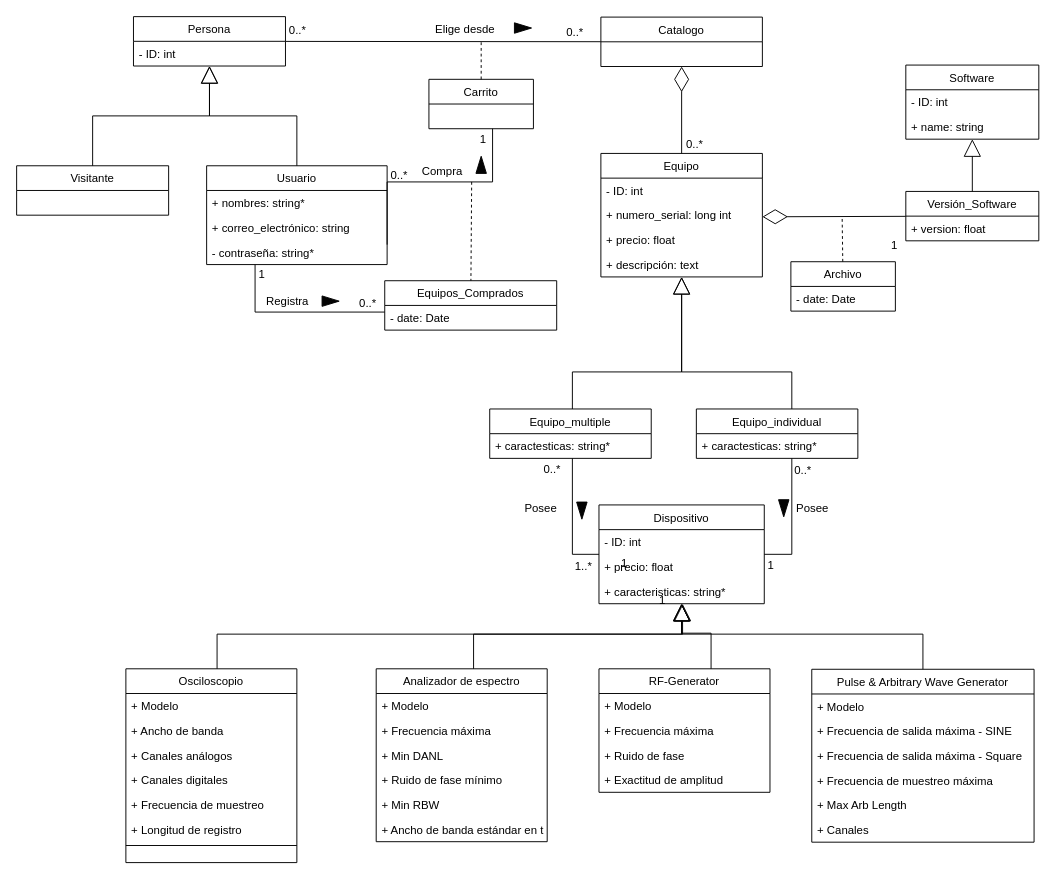
Before: ModeloDeDatos.drawio in pierreLucas40/INF236, a draw.io diagram. Source tidied: cells renumbered, new cells numbered last; positions are measured from the earlier drawing's top-left corner, leaving out a move shared by most shapes. Both pictures are drawn from the tidied source at 95%, with x=0, y=0 at pixel (16, 16).
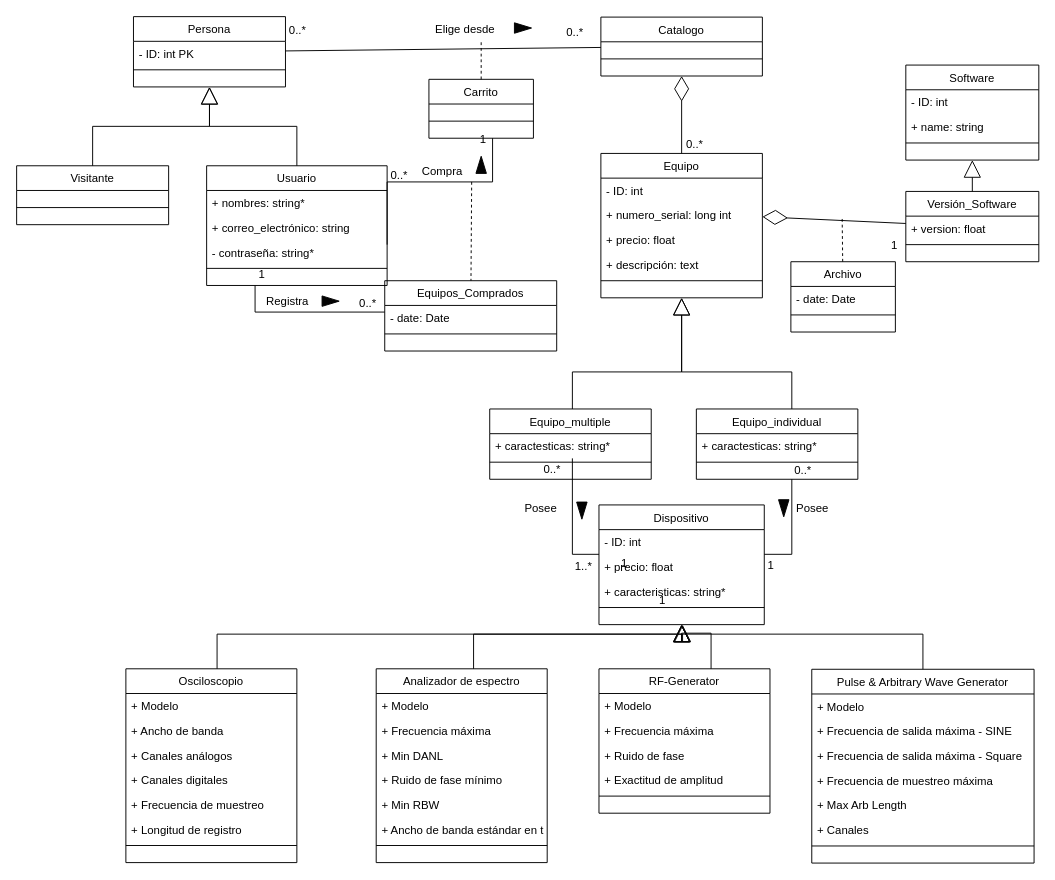
The same diagram, later.

Change to the diagram source:
```diff
@@
     <mxCell id="2" value="Usuario" style="swimlane;fontStyle=0;horizontal=1;startSize=26;fillColor=none;fontSize=12;" parent="1" vertex="1">
-      <mxGeometry x="200" y="157" width="190" height="104" as="geometry" />
+      <mxGeometry x="200" y="157" width="190" height="126" as="geometry" />
     </mxCell>
@@
+    <mxCell id="104" style="line;strokeWidth=1;fillColor=none;align=left;verticalAlign=middle;spacingTop=-1;spacingLeft=3;spacingRight=3;labelPosition=right;" parent="2" vertex="1">
+      <mxGeometry y="104" width="190" height="8" as="geometry" />
+    </mxCell>
+    <mxCell id="105" style="text;strokeColor=none;fillColor=none;align=left;verticalAlign=middle;spacingTop=-1;spacingLeft=4;spacingRight=4;labelPosition=right;" parent="2" vertex="1">
+      <mxGeometry y="112" width="190" height="14" as="geometry" />
+    </mxCell>
     <mxCell id="6" value="Equipo" style="swimlane;fontStyle=0;horizontal=1;startSize=26;fillColor=none;fontSize=12;" parent="1" vertex="1">
-      <mxGeometry x="615" y="144" width="170" height="130" as="geometry" />
+      <mxGeometry x="615" y="144" width="170" height="152" as="geometry" />
     </mxCell>
@@
+    <mxCell id="106" style="line;strokeWidth=1;fillColor=none;align=left;verticalAlign=middle;spacingTop=-1;spacingLeft=3;spacingRight=3;labelPosition=right;" parent="6" vertex="1">
+      <mxGeometry y="130" width="170" height="8" as="geometry" />
+    </mxCell>
+    <mxCell id="107" style="text;strokeColor=none;fillColor=none;align=left;verticalAlign=middle;spacingTop=-1;spacingLeft=4;spacingRight=4;labelPosition=right;" parent="6" vertex="1">
+      <mxGeometry y="138" width="170" height="14" as="geometry" />
+    </mxCell>
     <mxCell id="11" value="Software" style="swimlane;fontStyle=0;horizontal=1;startSize=26;fillColor=none;fontSize=12;" parent="1" vertex="1">
-      <mxGeometry x="936" y="51" width="140" height="78" as="geometry" />
+      <mxGeometry x="936" y="51" width="140" height="100" as="geometry" />
     </mxCell>
@@
+    <mxCell id="108" style="line;strokeWidth=1;fillColor=none;align=left;verticalAlign=middle;spacingTop=-1;spacingLeft=3;spacingRight=3;labelPosition=right;" parent="11" vertex="1">
+      <mxGeometry y="78" width="140" height="8" as="geometry" />
+    </mxCell>
+    <mxCell id="109" style="text;strokeColor=none;fillColor=none;align=left;verticalAlign=middle;spacingTop=-1;spacingLeft=4;spacingRight=4;labelPosition=right;" parent="11" vertex="1">
+      <mxGeometry y="86" width="140" height="14" as="geometry" />
+    </mxCell>
     <mxCell id="14" value="Versión_Software" style="swimlane;fontStyle=0;horizontal=1;startSize=26;fillColor=none;fontSize=12;" parent="1" vertex="1">
-      <mxGeometry x="936" y="184" width="140" height="52" as="geometry" />
+      <mxGeometry x="936" y="184" width="140" height="74" as="geometry" />
     </mxCell>
@@
+    <mxCell id="110" style="line;strokeWidth=1;fillColor=none;align=left;verticalAlign=middle;spacingTop=-1;spacingLeft=3;spacingRight=3;labelPosition=right;" parent="14" vertex="1">
+      <mxGeometry y="52" width="140" height="8" as="geometry" />
+    </mxCell>
+    <mxCell id="111" style="text;strokeColor=none;fillColor=none;align=left;verticalAlign=middle;spacingTop=-1;spacingLeft=4;spacingRight=4;labelPosition=right;" parent="14" vertex="1">
+      <mxGeometry y="60" width="140" height="14" as="geometry" />
+    </mxCell>
@@
     <mxCell id="17" value="Carrito" style="swimlane;fontStyle=0;horizontal=1;startSize=26;fillColor=none;fontSize=12;" parent="1" vertex="1">
-      <mxGeometry x="434" y="66" width="110" height="52" as="geometry" />
+      <mxGeometry x="434" y="66" width="110" height="62" as="geometry" />
     </mxCell>
+    <mxCell id="112" style="text;strokeColor=none;fillColor=none;align=left;verticalAlign=middle;spacingTop=-1;spacingLeft=4;spacingRight=4;labelPosition=right;" parent="17" vertex="1">
+      <mxGeometry y="26" width="110" height="14" as="geometry" />
+    </mxCell>
+    <mxCell id="113" style="line;strokeWidth=1;fillColor=none;align=left;verticalAlign=middle;spacingTop=-1;spacingLeft=3;spacingRight=3;labelPosition=right;" parent="17" vertex="1">
+      <mxGeometry y="40" width="110" height="8" as="geometry" />
+    </mxCell>
+    <mxCell id="114" style="text;strokeColor=none;fillColor=none;align=left;verticalAlign=middle;spacingTop=-1;spacingLeft=4;spacingRight=4;labelPosition=right;" parent="17" vertex="1">
+      <mxGeometry y="48" width="110" height="14" as="geometry" />
+    </mxCell>
     <mxCell id="18" value="Visitante" style="swimlane;fontStyle=0;horizontal=1;startSize=26;fillColor=none;fontSize=12;" parent="1" vertex="1">
-      <mxGeometry y="157" width="160" height="52" as="geometry" />
+      <mxGeometry y="157" width="160" height="62" as="geometry" />
     </mxCell>
+    <mxCell id="115" style="text;strokeColor=none;fillColor=none;align=left;verticalAlign=middle;spacingTop=-1;spacingLeft=4;spacingRight=4;labelPosition=right;" parent="18" vertex="1">
+      <mxGeometry y="26" width="160" height="14" as="geometry" />
+    </mxCell>
+    <mxCell id="116" style="line;strokeWidth=1;fillColor=none;align=left;verticalAlign=middle;spacingTop=-1;spacingLeft=3;spacingRight=3;labelPosition=right;" parent="18" vertex="1">
+      <mxGeometry y="40" width="160" height="8" as="geometry" />
+    </mxCell>
+    <mxCell id="117" style="text;strokeColor=none;fillColor=none;align=left;verticalAlign=middle;spacingTop=-1;spacingLeft=4;spacingRight=4;labelPosition=right;" parent="18" vertex="1">
+      <mxGeometry y="48" width="160" height="14" as="geometry" />
+    </mxCell>
     <mxCell id="19" value="Persona" style="swimlane;fontStyle=0;horizontal=1;startSize=26;fillColor=none;fontSize=12;" parent="1" vertex="1">
-      <mxGeometry x="123" width="160" height="52" as="geometry" />
+      <mxGeometry x="123" width="160" height="74" as="geometry" />
     </mxCell>
-    <mxCell id="20" value="- ID: int" style="text;strokeColor=none;fillColor=none;align=left;verticalAlign=top;spacingLeft=4;spacingRight=4;overflow=hidden;fontSize=12;" parent="19" vertex="1">
+    <mxCell id="20" value="- ID: int PK" style="text;strokeColor=none;fillColor=none;align=left;verticalAlign=top;spacingLeft=4;spacingRight=4;overflow=hidden;fontSize=12;" parent="19" vertex="1">
       <mxGeometry y="26" width="160" height="26" as="geometry" />
     </mxCell>
+    <mxCell id="118" style="line;strokeWidth=1;fillColor=none;align=left;verticalAlign=middle;spacingTop=-1;spacingLeft=3;spacingRight=3;labelPosition=right;" parent="19" vertex="1">
+      <mxGeometry y="52" width="160" height="8" as="geometry" />
+    </mxCell>
+    <mxCell id="119" style="text;strokeColor=none;fillColor=none;align=left;verticalAlign=middle;spacingTop=-1;spacingLeft=4;spacingRight=4;labelPosition=right;" parent="19" vertex="1">
+      <mxGeometry y="60" width="160" height="14" as="geometry" />
+    </mxCell>
@@
     <mxCell id="27" value="Equipos_Comprados" style="swimlane;fontStyle=0;horizontal=1;startSize=26;fillColor=none;fontSize=12;" parent="1" vertex="1">
-      <mxGeometry x="387.5" y="278" width="181" height="52" as="geometry" />
+      <mxGeometry x="387.5" y="278" width="181" height="74" as="geometry" />
     </mxCell>
@@
+    <mxCell id="120" style="line;strokeWidth=1;fillColor=none;align=left;verticalAlign=middle;spacingTop=-1;spacingLeft=3;spacingRight=3;labelPosition=right;" parent="27" vertex="1">
+      <mxGeometry y="52" width="181" height="8" as="geometry" />
+    </mxCell>
+    <mxCell id="121" style="text;strokeColor=none;fillColor=none;align=left;verticalAlign=middle;spacingTop=-1;spacingLeft=4;spacingRight=4;labelPosition=right;" parent="27" vertex="1">
+      <mxGeometry y="60" width="181" height="14" as="geometry" />
+    </mxCell>
@@
     <mxCell id="33" value="Archivo" style="swimlane;fontStyle=0;horizontal=1;startSize=26;fillColor=none;fontSize=12;" parent="1" vertex="1">
-      <mxGeometry x="815" y="258" width="110" height="52" as="geometry" />
+      <mxGeometry x="815" y="258" width="110" height="74" as="geometry" />
     </mxCell>
@@
+    <mxCell id="122" style="line;strokeWidth=1;fillColor=none;align=left;verticalAlign=middle;spacingTop=-1;spacingLeft=3;spacingRight=3;labelPosition=right;" parent="33" vertex="1">
+      <mxGeometry y="52" width="110" height="8" as="geometry" />
+    </mxCell>
+    <mxCell id="123" style="text;strokeColor=none;fillColor=none;align=left;verticalAlign=middle;spacingTop=-1;spacingLeft=4;spacingRight=4;labelPosition=right;" parent="33" vertex="1">
+      <mxGeometry y="60" width="110" height="14" as="geometry" />
+    </mxCell>
     <mxCell id="35" value="Equipo_multiple" style="swimlane;fontStyle=0;horizontal=1;startSize=26;fillColor=none;fontSize=12;" parent="1" vertex="1">
-      <mxGeometry x="498" y="413" width="170" height="52" as="geometry" />
+      <mxGeometry x="498" y="413" width="170" height="74" as="geometry" />
     </mxCell>
@@
+    <mxCell id="124" style="line;strokeWidth=1;fillColor=none;align=left;verticalAlign=middle;spacingTop=-1;spacingLeft=3;spacingRight=3;labelPosition=right;" parent="35" vertex="1">
+      <mxGeometry y="52" width="170" height="8" as="geometry" />
+    </mxCell>
+    <mxCell id="125" style="text;strokeColor=none;fillColor=none;align=left;verticalAlign=middle;spacingTop=-1;spacingLeft=4;spacingRight=4;labelPosition=right;" parent="35" vertex="1">
+      <mxGeometry y="60" width="170" height="14" as="geometry" />
+    </mxCell>
     <mxCell id="37" value="Equipo_individual" style="swimlane;fontStyle=0;horizontal=1;startSize=26;fillColor=none;fontSize=12;" parent="1" vertex="1">
-      <mxGeometry x="715.5" y="413" width="170" height="52" as="geometry" />
+      <mxGeometry x="715.5" y="413" width="170" height="74" as="geometry" />
     </mxCell>
@@
+    <mxCell id="126" style="line;strokeWidth=1;fillColor=none;align=left;verticalAlign=middle;spacingTop=-1;spacingLeft=3;spacingRight=3;labelPosition=right;" parent="37" vertex="1">
+      <mxGeometry y="52" width="170" height="8" as="geometry" />
+    </mxCell>
+    <mxCell id="127" style="text;strokeColor=none;fillColor=none;align=left;verticalAlign=middle;spacingTop=-1;spacingLeft=4;spacingRight=4;labelPosition=right;" parent="37" vertex="1">
+      <mxGeometry y="60" width="170" height="14" as="geometry" />
+    </mxCell>
@@
     <mxCell id="41" value="Dispositivo" style="swimlane;fontStyle=0;horizontal=1;startSize=26;fillColor=none;fontSize=12;" parent="1" vertex="1">
-      <mxGeometry x="613" y="514" width="174" height="104" as="geometry" />
+      <mxGeometry x="613" y="514" width="174" height="126" as="geometry" />
     </mxCell>
@@
+    <mxCell id="128" style="line;strokeWidth=1;fillColor=none;align=left;verticalAlign=middle;spacingTop=-1;spacingLeft=3;spacingRight=3;labelPosition=right;" parent="41" vertex="1">
+      <mxGeometry y="104" width="174" height="8" as="geometry" />
+    </mxCell>
+    <mxCell id="129" style="text;strokeColor=none;fillColor=none;align=left;verticalAlign=middle;spacingTop=-1;spacingLeft=4;spacingRight=4;labelPosition=right;" parent="41" vertex="1">
+      <mxGeometry y="112" width="174" height="14" as="geometry" />
+    </mxCell>
@@
     <mxCell id="66" value="Catalogo" style="swimlane;fontStyle=0;horizontal=1;startSize=26;fillColor=none;fontSize=12;" parent="1" vertex="1">
-      <mxGeometry x="615" y="0.5" width="170" height="52" as="geometry" />
+      <mxGeometry x="615" y="0.5" width="170" height="62" as="geometry" />
     </mxCell>
+    <mxCell id="130" style="text;strokeColor=none;fillColor=none;align=left;verticalAlign=middle;spacingTop=-1;spacingLeft=4;spacingRight=4;labelPosition=right;" parent="66" vertex="1">
+      <mxGeometry y="26" width="170" height="14" as="geometry" />
+    </mxCell>
+    <mxCell id="131" style="line;strokeWidth=1;fillColor=none;align=left;verticalAlign=middle;spacingTop=-1;spacingLeft=3;spacingRight=3;labelPosition=right;" parent="66" vertex="1">
+      <mxGeometry y="40" width="170" height="8" as="geometry" />
+    </mxCell>
+    <mxCell id="132" style="text;strokeColor=none;fillColor=none;align=left;verticalAlign=middle;spacingTop=-1;spacingLeft=4;spacingRight=4;labelPosition=right;" parent="66" vertex="1">
+      <mxGeometry y="48" width="170" height="14" as="geometry" />
+    </mxCell>
@@
     <mxCell id="85" value="Analizador de espectro" style="swimlane;fontStyle=0;horizontal=1;startSize=26;fillColor=none;" parent="1" vertex="1">
-      <mxGeometry x="378.5" y="686.5" width="180" height="182" as="geometry" />
+      <mxGeometry x="378.5" y="686.5" width="180" height="204" as="geometry" />
     </mxCell>
@@
+    <mxCell id="133" style="line;strokeWidth=1;fillColor=none;align=left;verticalAlign=middle;spacingTop=-1;spacingLeft=3;spacingRight=3;labelPosition=right;" parent="85" vertex="1">
+      <mxGeometry y="182" width="180" height="8" as="geometry" />
+    </mxCell>
+    <mxCell id="134" style="text;strokeColor=none;fillColor=none;align=left;verticalAlign=middle;spacingTop=-1;spacingLeft=4;spacingRight=4;labelPosition=right;" parent="85" vertex="1">
+      <mxGeometry y="190" width="180" height="14" as="geometry" />
+    </mxCell>
     <mxCell id="92" value="RF-Generator" style="swimlane;fontStyle=0;horizontal=1;startSize=26;fillColor=none;" parent="1" vertex="1">
-      <mxGeometry x="613" y="686.5" width="180" height="130" as="geometry" />
+      <mxGeometry x="613" y="686.5" width="180" height="152" as="geometry" />
     </mxCell>
@@
+    <mxCell id="135" style="line;strokeWidth=1;fillColor=none;align=left;verticalAlign=middle;spacingTop=-1;spacingLeft=3;spacingRight=3;labelPosition=right;" parent="92" vertex="1">
+      <mxGeometry y="130" width="180" height="8" as="geometry" />
+    </mxCell>
+    <mxCell id="136" style="text;strokeColor=none;fillColor=none;align=left;verticalAlign=middle;spacingTop=-1;spacingLeft=4;spacingRight=4;labelPosition=right;" parent="92" vertex="1">
+      <mxGeometry y="138" width="180" height="14" as="geometry" />
+    </mxCell>
     <mxCell id="97" value="Pulse &amp; Arbitrary Wave Generator" style="swimlane;fontStyle=0;horizontal=1;startSize=26;fillColor=none;" parent="1" vertex="1">
-      <mxGeometry x="837" y="687" width="234" height="182" as="geometry" />
+      <mxGeometry x="837" y="687" width="234" height="204" as="geometry" />
     </mxCell>
@@
+    <mxCell id="137" style="line;strokeWidth=1;fillColor=none;align=left;verticalAlign=middle;spacingTop=-1;spacingLeft=3;spacingRight=3;labelPosition=right;" parent="97" vertex="1">
+      <mxGeometry y="182" width="234" height="8" as="geometry" />
+    </mxCell>
+    <mxCell id="138" style="text;strokeColor=none;fillColor=none;align=left;verticalAlign=middle;spacingTop=-1;spacingLeft=4;spacingRight=4;labelPosition=right;" parent="97" vertex="1">
+      <mxGeometry y="190" width="234" height="14" as="geometry" />
+    </mxCell>
+    <mxCell id="139" style="text;strokeColor=none;fillColor=none;align=left;verticalAlign=middle;spacingTop=-1;spacingLeft=4;spacingRight=4;labelPosition=right;" parent="1" vertex="1">
+      <mxGeometry y="194" width="160" height="14" as="geometry" />
+    </mxCell>
+    <mxCell id="140" style="text;strokeColor=none;fillColor=none;align=left;verticalAlign=middle;spacingTop=-1;spacingLeft=4;spacingRight=4;labelPosition=right;" parent="1" vertex="1">
+      <mxGeometry x="20" y="225" width="160" height="14" as="geometry" />
+    </mxCell>
```
